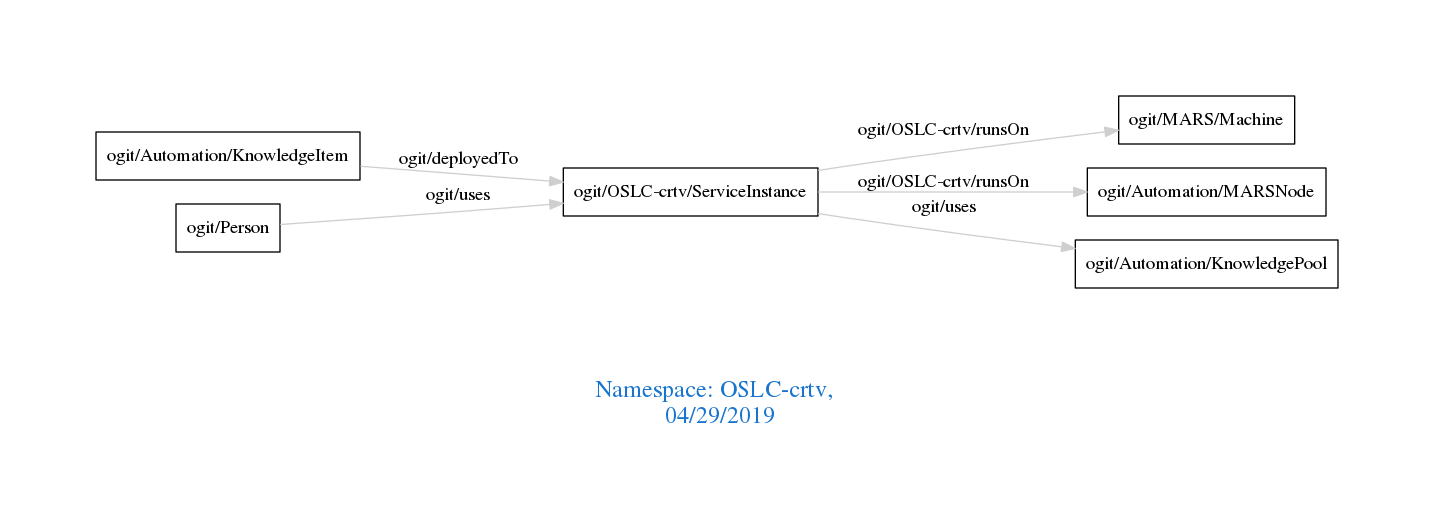
arago/OGIT keeps this Graphviz diagram as downloads/OSLC-crtv.png. Above is the earlier version. Its source is kept beside it as downloads/OSLC-crtv.dot.
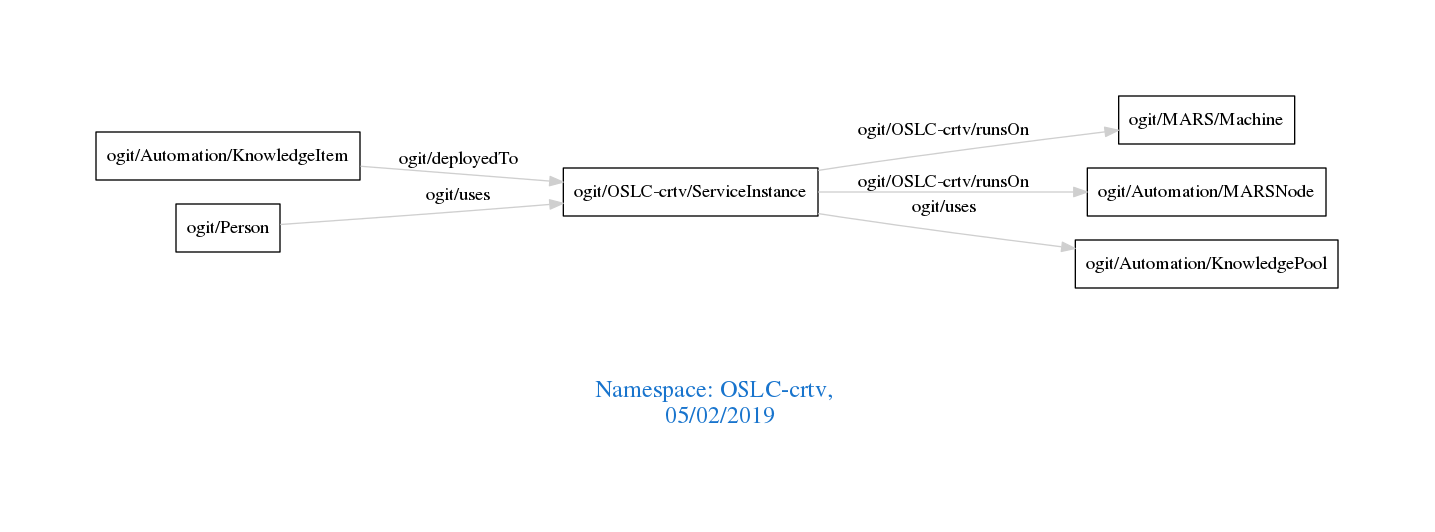
After the commit.

The edit, as a diff of the source:
```diff
@@ -1,7 +1,7 @@
 digraph OGIT_ontology {
  graph [ rankdir= LR,pad=1
 fontsize = 18,
-fontcolor= dodgerblue3,label = "\n\n\nNamespace: OSLC-crtv, \n 04/29/2019"];
+fontcolor= dodgerblue3,label = "\n\n\nNamespace: OSLC-crtv, \n 05/02/2019"];
 node[shape=polygon];
 edge [  color="gray81"];
 
```
